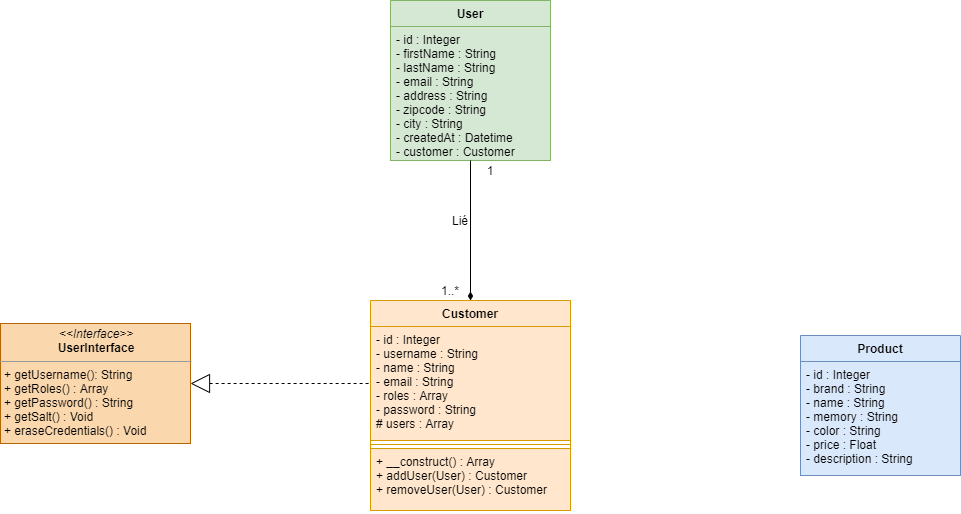
Scratchy-Show/BileMo keeps this draw.io diagram as Diagrammes/Diagramme de classes.png. Above is the earlier version. Source tidied: cells renumbered, new cells last; positions are measured from the earlier drawing's top-left corner, leaving out a move shared by most shapes. Its diagram source:
```xml
<mxGraphModel background="#ffffff">
  <root>
    <mxCell id="0" />
    <mxCell id="1" parent="0" />
    <mxCell id="2" value="&lt;p style=&quot;margin: 0px ; margin-top: 4px ; text-align: center&quot;&gt;&lt;i&gt;&amp;lt;&amp;lt;Interface&amp;gt;&amp;gt;&lt;/i&gt;&lt;br&gt;&lt;b&gt;UserInterface&lt;/b&gt;&lt;/p&gt;&lt;hr size=&quot;1&quot;&gt;&lt;p style=&quot;margin: 0px ; margin-left: 4px&quot;&gt;+ getUsername(): String&lt;/p&gt;&lt;p style=&quot;margin: 0px ; margin-left: 4px&quot;&gt;+ getRoles() : Array&lt;/p&gt;&lt;p style=&quot;margin: 0px ; margin-left: 4px&quot;&gt;+ getPassword() : String&lt;/p&gt;&lt;p style=&quot;margin: 0px ; margin-left: 4px&quot;&gt;+ getSalt() : Void&lt;/p&gt;&lt;p style=&quot;margin: 0px ; margin-left: 4px&quot;&gt;+ eraseCredentials() : Void&lt;br&gt;&lt;br&gt;&lt;/p&gt;" style="verticalAlign=top;align=left;overflow=fill;fontSize=12;fontFamily=Helvetica;html=1;fillColor=#fad7ac;strokeColor=#b46504;" parent="1" vertex="1">
      <mxGeometry y="323" width="190" height="120" as="geometry" />
    </mxCell>
    <mxCell id="3" style="endArrow=none;html=1;entryX=0;entryY=0.5;entryDx=0;entryDy=0;exitX=1;exitY=0.5;exitDx=0;exitDy=0;dashed=1;startArrow=block;startFill=0;endSize=6;startSize=17;" parent="1" edge="1" source="2" target="5">
      <mxGeometry relative="1" as="geometry" />
    </mxCell>
    <mxCell id="4" value="Customer" style="swimlane;fontStyle=1;align=center;verticalAlign=top;horizontal=1;startSize=26;fillColor=#ffe6cc;strokeColor=#d79b00;" parent="1" vertex="1">
      <mxGeometry x="370" y="300" width="200" height="210" as="geometry" />
    </mxCell>
    <mxCell id="5" value="- id : Integer&#10;- username : String&#10;- name : String&#10;- email : String&#10;- roles : Array&#10;- password : String&#10;# users : Array" style="text;strokeColor=#d79b00;fillColor=#ffe6cc;align=left;verticalAlign=top;spacingLeft=4;spacingRight=4;overflow=hidden;points=[[0,0.5],[1,0.5]];portConstraint=eastwest;" parent="4" vertex="1">
      <mxGeometry y="26" width="200" height="114" as="geometry" />
    </mxCell>
    <mxCell id="6" style="line;strokeWidth=1;fillColor=#ffe6cc;align=left;verticalAlign=middle;spacingTop=-1;spacingLeft=3;spacingRight=3;labelPosition=right;strokeColor=#d79b00;" parent="4" vertex="1">
      <mxGeometry y="140" width="200" height="8" as="geometry" />
    </mxCell>
    <mxCell id="7" value="+ __construct() : Array&#10;+ addUser(User) : Customer&#10;+ removeUser(User) : Customer" style="text;strokeColor=#d79b00;fillColor=#ffe6cc;align=left;verticalAlign=top;spacingLeft=4;spacingRight=4;overflow=hidden;" parent="4" vertex="1">
      <mxGeometry y="148" width="200" height="62" as="geometry" />
    </mxCell>
    <mxCell id="8" value="User" style="swimlane;fontStyle=1;align=center;verticalAlign=top;horizontal=1;startSize=26;fillColor=#d5e8d4;strokeColor=#82b366;" parent="1" vertex="1">
      <mxGeometry x="390" width="160" height="160" as="geometry" />
    </mxCell>
    <mxCell id="9" value="- id : Integer&#10;- firstName : String&#10;- lastName : String&#10;- email : String&#10;- address : String&#10;- zipcode : String&#10;- city : String&#10;- createdAt : Datetime&#10;- customer : Customer" style="text;strokeColor=#82b366;fillColor=#d5e8d4;align=left;verticalAlign=top;spacingLeft=4;spacingRight=4;overflow=hidden;" parent="8" vertex="1">
      <mxGeometry y="26" width="160" height="134" as="geometry" />
    </mxCell>
    <mxCell id="10" style="endArrow=none;html=1;exitX=0.5;exitY=0;exitDx=0;exitDy=0;entryX=0.5;entryY=1;entryDx=0;entryDy=0;startArrow=diamondThin;startFill=1;" parent="1" edge="1" source="4" target="8">
      <mxGeometry relative="1" as="geometry" />
    </mxCell>
    <mxCell id="11" value="1..*" style="text;html=1;strokeColor=none;fillColor=none;align=center;verticalAlign=middle;whiteSpace=wrap;rounded=0;" parent="1" vertex="1">
      <mxGeometry x="430" y="280" width="40" height="20" as="geometry" />
    </mxCell>
    <mxCell id="12" value="1" style="text;html=1;strokeColor=none;fillColor=none;align=center;verticalAlign=middle;whiteSpace=wrap;rounded=0;" parent="1" vertex="1">
      <mxGeometry x="480" y="160" width="20" height="20" as="geometry" />
    </mxCell>
    <mxCell id="13" value="Lié" style="text;html=1;strokeColor=none;fillColor=none;align=center;verticalAlign=middle;whiteSpace=wrap;rounded=0;" parent="1" vertex="1">
      <mxGeometry x="440" y="210" width="40" height="20" as="geometry" />
    </mxCell>
    <mxCell id="14" value="Product" style="swimlane;fontStyle=1;align=center;verticalAlign=top;horizontal=1;startSize=26;fillColor=#dae8fc;strokeColor=#6c8ebf;" parent="1" vertex="1">
      <mxGeometry x="800" y="335" width="160" height="140" as="geometry" />
    </mxCell>
    <mxCell id="15" value="- id : Integer&#10;- brand : String&#10;- name : String&#10;- memory : String&#10;- color : String&#10;- price : Float&#10;- description : String" style="text;strokeColor=#6c8ebf;fillColor=#dae8fc;align=left;verticalAlign=top;spacingLeft=4;spacingRight=4;overflow=hidden;" parent="14" vertex="1">
      <mxGeometry y="26" width="160" height="114" as="geometry" />
    </mxCell>
  </root>
</mxGraphModel>
```
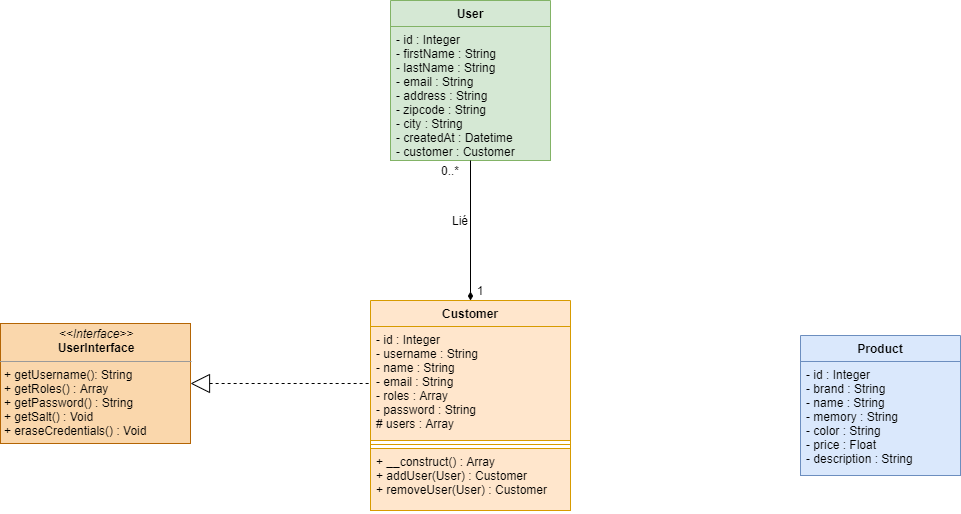
The same file after the commit.

Change to the diagram source:
```diff
@@ -29,11 +29,11 @@
     <mxCell id="10" style="endArrow=none;html=1;exitX=0.5;exitY=0;exitDx=0;exitDy=0;entryX=0.5;entryY=1;entryDx=0;entryDy=0;startArrow=diamondThin;startFill=1;" parent="1" edge="1" source="4" target="8">
       <mxGeometry relative="1" as="geometry" />
     </mxCell>
-    <mxCell id="11" value="1..*" style="text;html=1;strokeColor=none;fillColor=none;align=center;verticalAlign=middle;whiteSpace=wrap;rounded=0;" parent="1" vertex="1">
-      <mxGeometry x="430" y="280" width="40" height="20" as="geometry" />
+    <mxCell id="11" value="0..*" style="text;html=1;strokeColor=none;fillColor=none;align=center;verticalAlign=middle;whiteSpace=wrap;rounded=0;" parent="1" vertex="1">
+      <mxGeometry x="430" y="160" width="40" height="20" as="geometry" />
     </mxCell>
     <mxCell id="12" value="1" style="text;html=1;strokeColor=none;fillColor=none;align=center;verticalAlign=middle;whiteSpace=wrap;rounded=0;" parent="1" vertex="1">
-      <mxGeometry x="480" y="160" width="20" height="20" as="geometry" />
+      <mxGeometry x="470" y="280" width="20" height="20" as="geometry" />
     </mxCell>
     <mxCell id="13" value="Lié" style="text;html=1;strokeColor=none;fillColor=none;align=center;verticalAlign=middle;whiteSpace=wrap;rounded=0;" parent="1" vertex="1">
       <mxGeometry x="440" y="210" width="40" height="20" as="geometry" />
```
